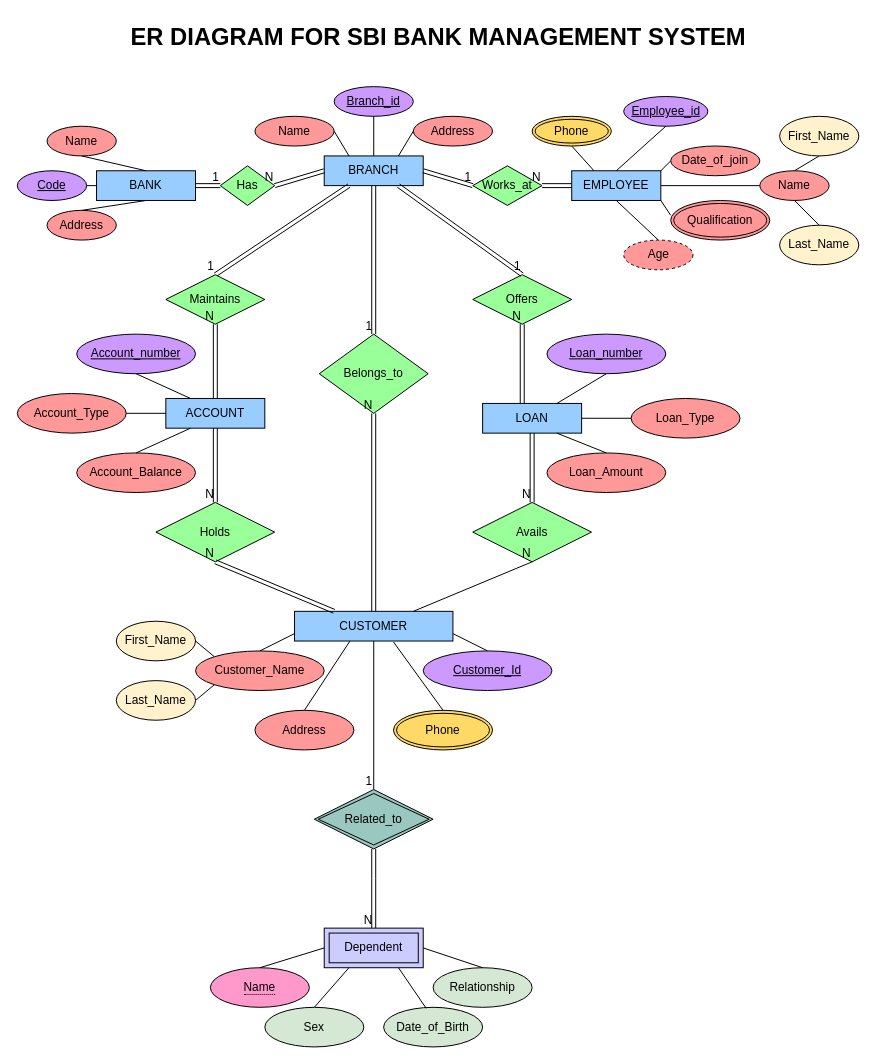
Earlier version of the draw.io diagram page "Page-1" (1 of 2) of Relational_model_from_ER_Diagram.drawio (Anurag404OpenSourceRules/Bank-Management-System-ERD). Source tidied: cells renumbered, new cells numbered last; positions are measured from the earlier drawing's top-left corner, leaving out a move shared by most shapes. Both pictures are drawn from the tidied source at 99%, with x=0, y=0 at pixel (17, 17).
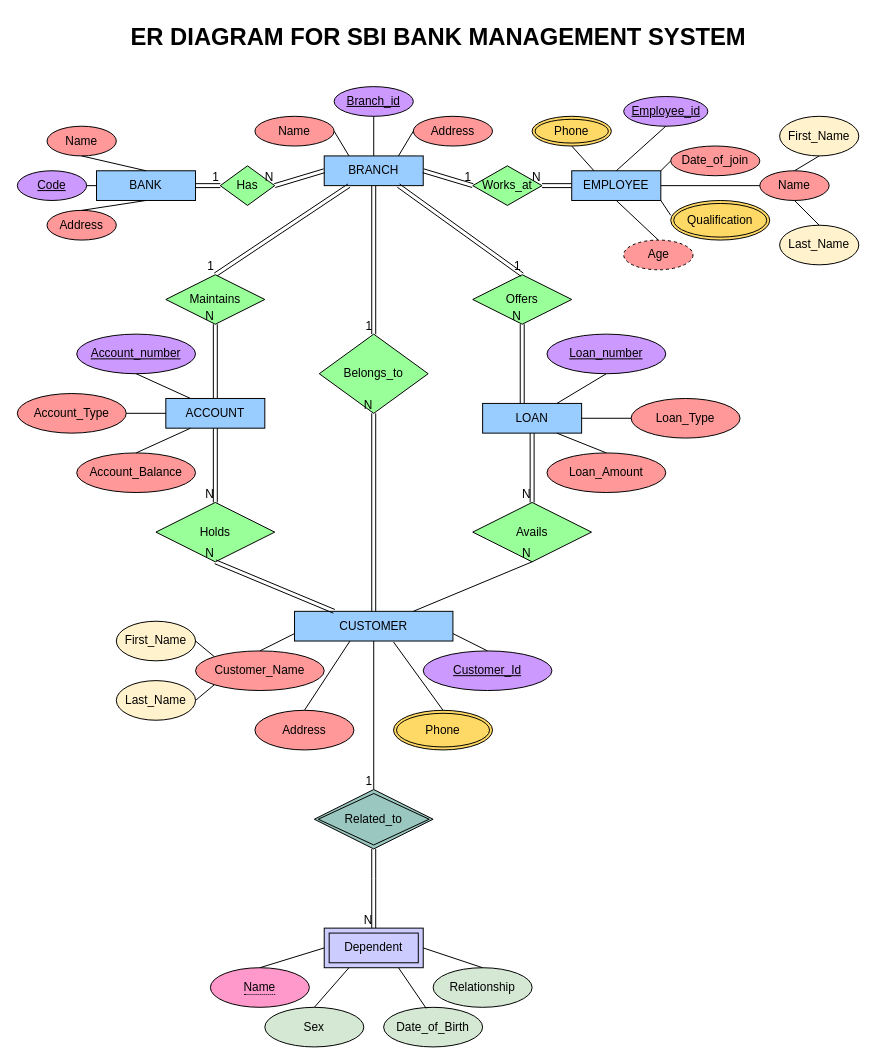
The same diagram, later.

Commit message:
color changed for qualification

What changed in the source:
```diff
@@
-    <mxCell id="109" value="Qualification" style="ellipse;shape=doubleEllipse;margin=3;whiteSpace=wrap;html=1;align=center;fillColor=#FF9999;" parent="1" vertex="1">
+    <mxCell id="109" value="Qualification" style="ellipse;shape=doubleEllipse;margin=3;whiteSpace=wrap;html=1;align=center;fillColor=#FFD966;" parent="1" vertex="1">
       <mxGeometry x="660" y="185" width="100" height="40" as="geometry" />
     </mxCell>
```
